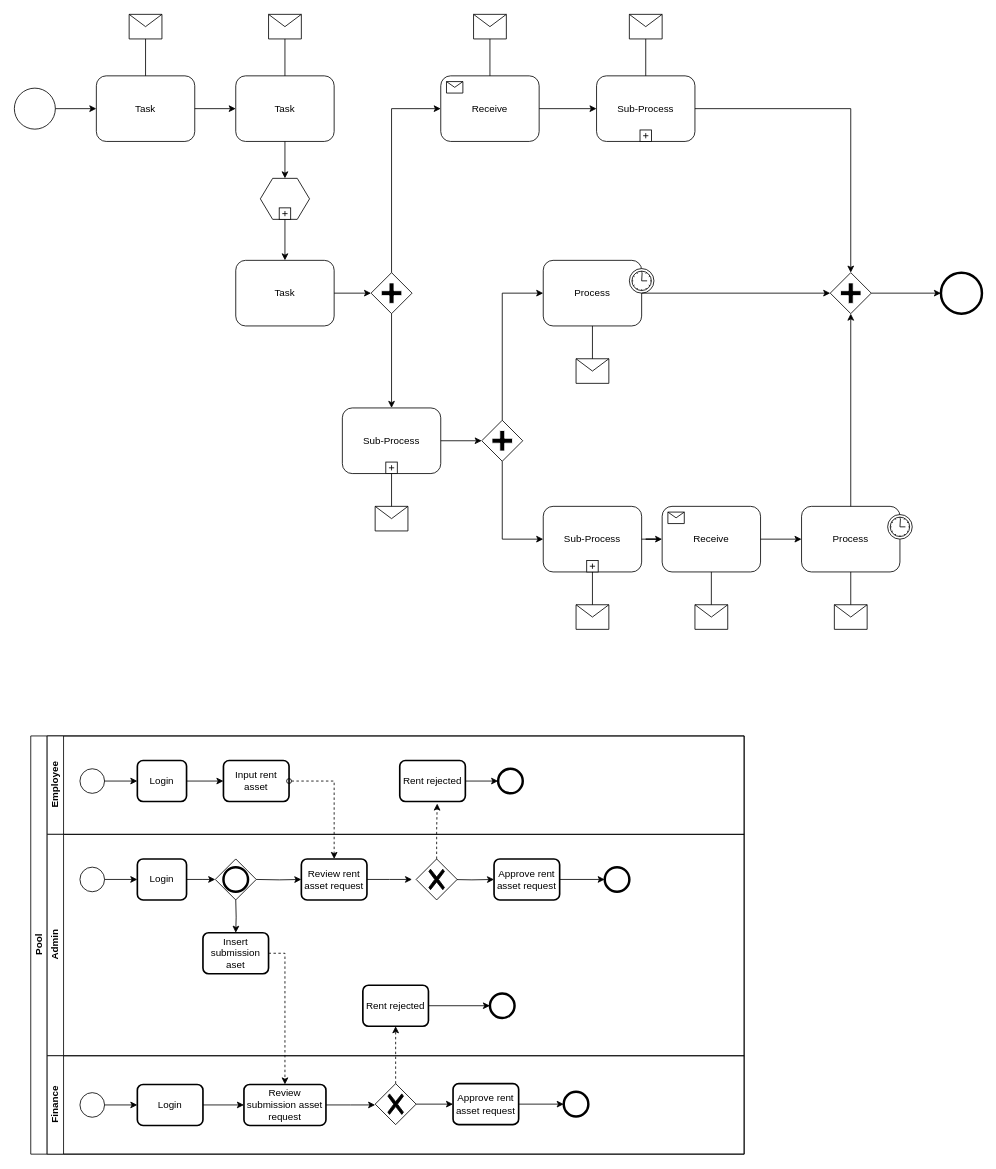
The draw.io diagram page "BPMN" (1 of 2) of Untitled Diagram.drawio in alifandartaa/BPMN-MCC72, before the edit. Source tidied: cells renumbered, new cells numbered last; positions are measured from the earlier drawing's top-left corner, leaving out a move shared by most shapes. Both pictures are drawn from the tidied source at 82%, with x=0, y=0 at pixel (14, 14).
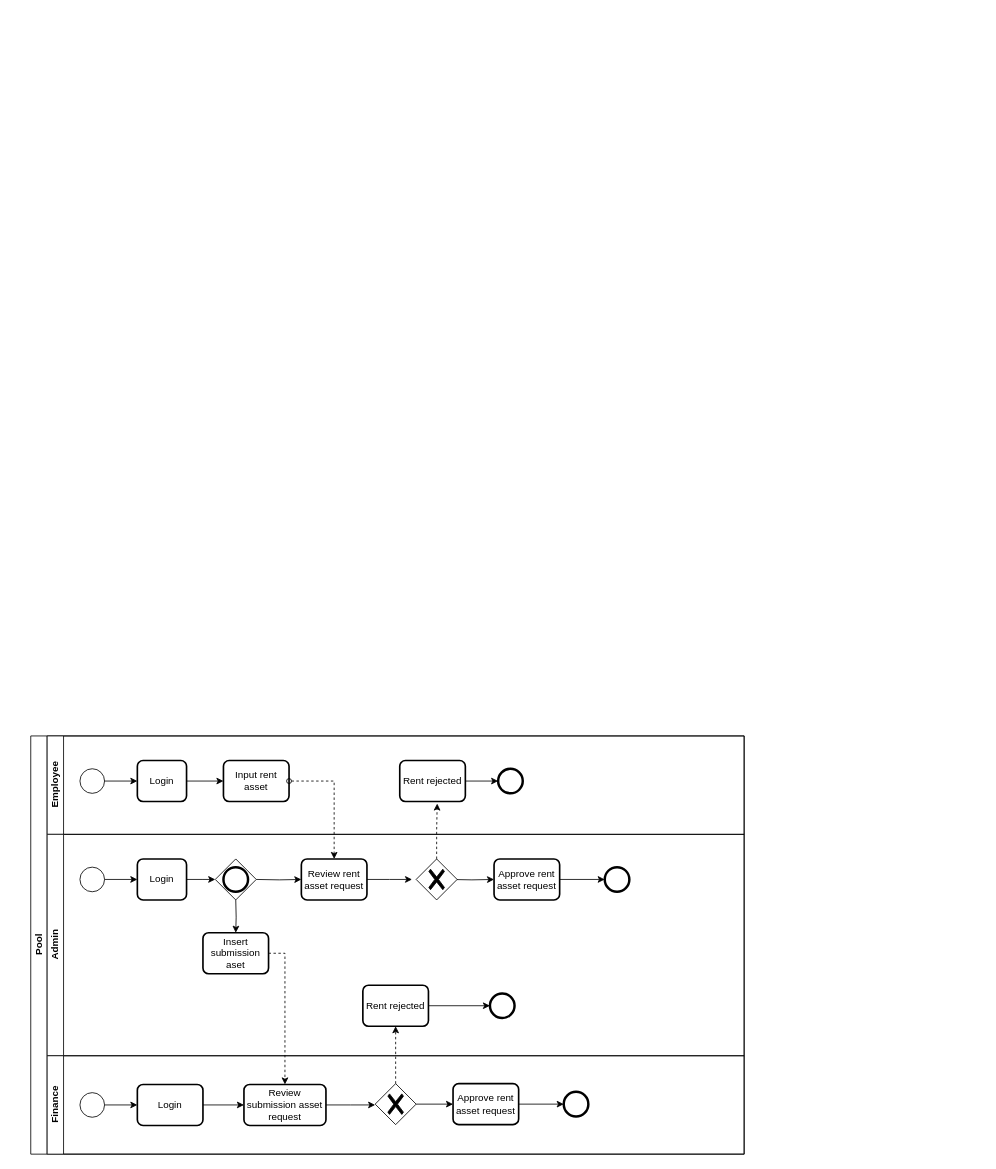
The same page after the edit.

The edit, as a diff of the source:
```diff
@@
-    <mxCell id="2" style="shape=mxgraph.bpmn.shape;html=1;verticalLabelPosition=bottom;labelBackgroundColor=#ffffff;verticalAlign=top;perimeter=ellipsePerimeter;outline=standard;symbol=general;" parent="1" vertex="1">
-      <mxGeometry y="90" width="50" height="50" as="geometry" />
-    </mxCell>
-    <mxCell id="3" value="Task" style="shape=ext;rounded=1;html=1;whiteSpace=wrap;" parent="1" vertex="1">
-      <mxGeometry x="100" y="75" width="120" height="80" as="geometry" />
-    </mxCell>
-    <mxCell id="4" value="Task" style="shape=ext;rounded=1;html=1;whiteSpace=wrap;" parent="1" vertex="1">
-      <mxGeometry x="270" y="75" width="120" height="80" as="geometry" />
-    </mxCell>
-    <mxCell id="5" style="shape=message;whiteSpace=wrap;html=1;" parent="1" vertex="1">
-      <mxGeometry x="140" width="40" height="30" as="geometry" />
-    </mxCell>
-    <mxCell id="6" style="shape=message;whiteSpace=wrap;html=1;" parent="1" vertex="1">
-      <mxGeometry x="310" width="40" height="30" as="geometry" />
-    </mxCell>
-    <mxCell id="7" style="shape=hexagon;whiteSpace=wrap;html=1;perimeter=hexagonPerimeter;" parent="1" vertex="1">
-      <mxGeometry x="300" y="200" width="60" height="50" as="geometry" />
-    </mxCell>
-    <mxCell id="8" style="html=1;shape=plus;" parent="7" vertex="1">
-      <mxGeometry x="0.5" y="1" width="14" height="14" relative="1" as="geometry">
-        <mxPoint x="-7" y="-14" as="offset" />
-      </mxGeometry>
-    </mxCell>
-    <mxCell id="9" value="Task" style="shape=ext;rounded=1;html=1;whiteSpace=wrap;" parent="1" vertex="1">
-      <mxGeometry x="270" y="300" width="120" height="80" as="geometry" />
-    </mxCell>
-    <mxCell id="10" style="shape=mxgraph.bpmn.shape;html=1;verticalLabelPosition=bottom;labelBackgroundColor=#ffffff;verticalAlign=top;perimeter=rhombusPerimeter;background=gateway;outline=none;symbol=parallelGw;" parent="1" vertex="1">
-      <mxGeometry x="435" y="315" width="50" height="50" as="geometry" />
-    </mxCell>
-    <mxCell id="11" value="Sub-Process" style="html=1;whiteSpace=wrap;rounded=1;" parent="1" vertex="1">
-      <mxGeometry x="710" y="75" width="120" height="80" as="geometry" />
-    </mxCell>
-    <mxCell id="12" style="html=1;shape=plus;" parent="11" vertex="1">
-      <mxGeometry x="0.5" y="1" width="14" height="14" relative="1" as="geometry">
-        <mxPoint x="-7" y="-14" as="offset" />
-      </mxGeometry>
-    </mxCell>
-    <mxCell id="13" value="Receive" style="html=1;whiteSpace=wrap;rounded=1;" parent="1" vertex="1">
-      <mxGeometry x="520" y="75" width="120" height="80" as="geometry" />
-    </mxCell>
-    <mxCell id="14" style="html=1;shape=message;" parent="13" vertex="1">
-      <mxGeometry width="20" height="14" relative="1" as="geometry">
-        <mxPoint x="7" y="7" as="offset" />
-      </mxGeometry>
-    </mxCell>
-    <mxCell id="15" value="Process" style="html=1;whiteSpace=wrap;rounded=1;" parent="1" vertex="1">
-      <mxGeometry x="645" y="300" width="120" height="80" as="geometry" />
-    </mxCell>
-    <mxCell id="16" style="shape=mxgraph.bpmn.timer_start;perimeter=ellipsePerimeter;html=1;labelPosition=right;labelBackgroundColor=#ffffff;align=left;" parent="15" vertex="1">
-      <mxGeometry x="1" width="30" height="30" relative="1" as="geometry">
-        <mxPoint x="-15" y="10" as="offset" />
-      </mxGeometry>
-    </mxCell>
-    <mxCell id="17" value="Process" style="html=1;whiteSpace=wrap;rounded=1;" parent="1" vertex="1">
-      <mxGeometry x="960" y="600" width="120" height="80" as="geometry" />
-    </mxCell>
-    <mxCell id="18" style="shape=mxgraph.bpmn.timer_start;perimeter=ellipsePerimeter;html=1;labelPosition=right;labelBackgroundColor=#ffffff;align=left;" parent="17" vertex="1">
-      <mxGeometry x="1" width="30" height="30" relative="1" as="geometry">
-        <mxPoint x="-15" y="10" as="offset" />
-      </mxGeometry>
-    </mxCell>
-    <mxCell id="19" value="Receive" style="html=1;whiteSpace=wrap;rounded=1;" parent="1" vertex="1">
-      <mxGeometry x="790" y="600" width="120" height="80" as="geometry" />
-    </mxCell>
-    <mxCell id="20" style="html=1;shape=message;" parent="19" vertex="1">
-      <mxGeometry width="20" height="14" relative="1" as="geometry">
-        <mxPoint x="7" y="7" as="offset" />
-      </mxGeometry>
-    </mxCell>
-    <mxCell id="21" value="Sub-Process" style="html=1;whiteSpace=wrap;rounded=1;" parent="1" vertex="1">
-      <mxGeometry x="645" y="600" width="120" height="80" as="geometry" />
-    </mxCell>
-    <mxCell id="22" style="html=1;shape=plus;" parent="21" vertex="1">
-      <mxGeometry x="0.5" y="1" width="14" height="14" relative="1" as="geometry">
-        <mxPoint x="-7" y="-14" as="offset" />
-      </mxGeometry>
-    </mxCell>
-    <mxCell id="23" style="shape=mxgraph.bpmn.shape;html=1;verticalLabelPosition=bottom;labelBackgroundColor=#ffffff;verticalAlign=top;perimeter=rhombusPerimeter;background=gateway;outline=none;symbol=parallelGw;" parent="1" vertex="1">
-      <mxGeometry x="995" y="315" width="50" height="50" as="geometry" />
-    </mxCell>
-    <mxCell id="24" style="shape=mxgraph.bpmn.shape;html=1;verticalLabelPosition=bottom;labelBackgroundColor=#ffffff;verticalAlign=top;perimeter=ellipsePerimeter;outline=end;symbol=general;" parent="1" vertex="1">
-      <mxGeometry x="1130" y="315" width="50" height="50" as="geometry" />
-    </mxCell>
-    <mxCell id="25" style="shape=message;whiteSpace=wrap;html=1;" parent="1" vertex="1">
-      <mxGeometry x="560" width="40" height="30" as="geometry" />
-    </mxCell>
-    <mxCell id="26" style="shape=message;whiteSpace=wrap;html=1;" parent="1" vertex="1">
-      <mxGeometry x="750" width="40" height="30" as="geometry" />
-    </mxCell>
-    <mxCell id="27" value="Sub-Process" style="html=1;whiteSpace=wrap;rounded=1;" parent="1" vertex="1">
-      <mxGeometry x="400" y="480" width="120" height="80" as="geometry" />
-    </mxCell>
-    <mxCell id="28" style="html=1;shape=plus;" parent="27" vertex="1">
-      <mxGeometry x="0.5" y="1" width="14" height="14" relative="1" as="geometry">
-        <mxPoint x="-7" y="-14" as="offset" />
-      </mxGeometry>
-    </mxCell>
-    <mxCell id="29" style="shape=message;whiteSpace=wrap;html=1;" parent="1" vertex="1">
-      <mxGeometry x="440" y="600" width="40" height="30" as="geometry" />
-    </mxCell>
-    <mxCell id="30" style="shape=message;whiteSpace=wrap;html=1;" parent="1" vertex="1">
-      <mxGeometry x="830" y="720" width="40" height="30" as="geometry" />
-    </mxCell>
-    <mxCell id="31" style="shape=message;whiteSpace=wrap;html=1;" parent="1" vertex="1">
-      <mxGeometry x="1000" y="720" width="40" height="30" as="geometry" />
-    </mxCell>
-    <mxCell id="32" style="shape=message;whiteSpace=wrap;html=1;" parent="1" vertex="1">
-      <mxGeometry x="685" y="720" width="40" height="30" as="geometry" />
-    </mxCell>
-    <mxCell id="33" style="shape=message;whiteSpace=wrap;html=1;" parent="1" vertex="1">
-      <mxGeometry x="685" y="420" width="40" height="30" as="geometry" />
-    </mxCell>
-    <mxCell id="34" style="edgeStyle=orthogonalEdgeStyle;rounded=0;html=1;jettySize=auto;" parent="1" edge="1" source="2" target="3">
-      <mxGeometry relative="1" as="geometry" />
-    </mxCell>
-    <mxCell id="35" style="edgeStyle=orthogonalEdgeStyle;rounded=0;html=1;jettySize=auto;endArrow=none;endFill=0;" parent="1" edge="1" source="5" target="3">
-      <mxGeometry relative="1" as="geometry" />
-    </mxCell>
-    <mxCell id="36" style="edgeStyle=orthogonalEdgeStyle;rounded=0;html=1;jettySize=auto;endArrow=none;endFill=0;" parent="1" edge="1" source="6" target="4">
-      <mxGeometry relative="1" as="geometry" />
-    </mxCell>
-    <mxCell id="37" style="edgeStyle=orthogonalEdgeStyle;rounded=0;html=1;jettySize=auto;" parent="1" edge="1" source="3" target="4">
-      <mxGeometry relative="1" as="geometry" />
-    </mxCell>
-    <mxCell id="38" style="edgeStyle=orthogonalEdgeStyle;rounded=0;html=1;jettySize=auto;" parent="1" edge="1" source="13" target="11">
-      <mxGeometry relative="1" as="geometry" />
-    </mxCell>
-    <mxCell id="39" style="edgeStyle=orthogonalEdgeStyle;rounded=0;html=1;jettySize=auto;endArrow=none;endFill=0;" parent="1" edge="1" source="25" target="13">
-      <mxGeometry relative="1" as="geometry" />
-    </mxCell>
-    <mxCell id="40" style="edgeStyle=orthogonalEdgeStyle;rounded=0;html=1;jettySize=auto;endArrow=none;endFill=0;" parent="1" edge="1" source="26" target="11">
-      <mxGeometry relative="1" as="geometry" />
-    </mxCell>
-    <mxCell id="41" style="edgeStyle=orthogonalEdgeStyle;rounded=0;html=1;jettySize=auto;" parent="1" edge="1" source="11" target="23">
-      <mxGeometry relative="1" as="geometry">
-        <Array as="points">
-          <mxPoint x="1020" y="115" />
-        </Array>
-      </mxGeometry>
-    </mxCell>
-    <mxCell id="42" style="edgeStyle=orthogonalEdgeStyle;rounded=0;html=1;jettySize=auto;" parent="1" edge="1" source="15" target="23">
-      <mxGeometry relative="1" as="geometry" />
-    </mxCell>
-    <mxCell id="43" style="edgeStyle=orthogonalEdgeStyle;rounded=0;html=1;jettySize=auto;" parent="1" edge="1" source="17" target="23">
-      <mxGeometry relative="1" as="geometry" />
-    </mxCell>
-    <mxCell id="44" style="edgeStyle=orthogonalEdgeStyle;rounded=0;html=1;jettySize=auto;" parent="1" edge="1" source="23" target="24">
-      <mxGeometry relative="1" as="geometry" />
-    </mxCell>
-    <mxCell id="45" style="edgeStyle=orthogonalEdgeStyle;rounded=0;html=1;jettySize=auto;" parent="1" edge="1" source="4" target="7">
-      <mxGeometry relative="1" as="geometry" />
-    </mxCell>
-    <mxCell id="46" style="edgeStyle=orthogonalEdgeStyle;rounded=0;html=1;jettySize=auto;" parent="1" edge="1" source="7" target="9">
-      <mxGeometry relative="1" as="geometry" />
-    </mxCell>
-    <mxCell id="47" style="edgeStyle=orthogonalEdgeStyle;rounded=0;html=1;jettySize=auto;" parent="1" edge="1" source="9" target="10">
-      <mxGeometry relative="1" as="geometry" />
-    </mxCell>
-    <mxCell id="48" style="edgeStyle=orthogonalEdgeStyle;rounded=0;html=1;jettySize=auto;" parent="1" edge="1" source="10" target="13">
-      <mxGeometry relative="1" as="geometry">
-        <Array as="points">
-          <mxPoint x="460" y="115" />
-        </Array>
-      </mxGeometry>
-    </mxCell>
-    <mxCell id="49" style="edgeStyle=orthogonalEdgeStyle;rounded=0;html=1;jettySize=auto;" parent="1" edge="1" source="10" target="27">
-      <mxGeometry relative="1" as="geometry" />
-    </mxCell>
-    <mxCell id="50" style="edgeStyle=orthogonalEdgeStyle;rounded=0;html=1;jettySize=auto;endArrow=none;endFill=0;" parent="1" edge="1" source="29" target="27">
-      <mxGeometry relative="1" as="geometry" />
-    </mxCell>
-    <mxCell id="51" style="shape=mxgraph.bpmn.shape;html=1;verticalLabelPosition=bottom;labelBackgroundColor=#ffffff;verticalAlign=top;perimeter=rhombusPerimeter;background=gateway;outline=none;symbol=parallelGw;" parent="1" vertex="1">
-      <mxGeometry x="570" y="495" width="50" height="50" as="geometry" />
-    </mxCell>
-    <mxCell id="52" style="edgeStyle=orthogonalEdgeStyle;rounded=0;html=1;jettySize=auto;" parent="1" edge="1" source="51" target="21">
-      <mxGeometry relative="1" as="geometry">
-        <Array as="points">
-          <mxPoint x="595" y="640" />
-        </Array>
-      </mxGeometry>
-    </mxCell>
-    <mxCell id="53" style="edgeStyle=orthogonalEdgeStyle;rounded=0;html=1;jettySize=auto;" parent="1" edge="1" source="51" target="15">
-      <mxGeometry relative="1" as="geometry">
-        <Array as="points">
-          <mxPoint x="595" y="340" />
-        </Array>
-      </mxGeometry>
-    </mxCell>
-    <mxCell id="54" style="edgeStyle=orthogonalEdgeStyle;rounded=0;html=1;jettySize=auto;endArrow=none;endFill=0;" parent="1" edge="1" source="33" target="15">
-      <mxGeometry relative="1" as="geometry" />
-    </mxCell>
-    <mxCell id="55" style="edgeStyle=orthogonalEdgeStyle;rounded=0;html=1;jettySize=auto;" parent="1" edge="1" source="27" target="51">
-      <mxGeometry relative="1" as="geometry" />
-    </mxCell>
-    <mxCell id="56" style="edgeStyle=orthogonalEdgeStyle;rounded=0;html=1;jettySize=auto;" parent="1" edge="1" source="21" target="19">
-      <mxGeometry relative="1" as="geometry" />
-    </mxCell>
-    <mxCell id="57" style="edgeStyle=orthogonalEdgeStyle;rounded=0;html=1;jettySize=auto;endArrow=none;endFill=0;" parent="1" edge="1" source="32" target="21">
-      <mxGeometry relative="1" as="geometry" />
-    </mxCell>
-    <mxCell id="58" style="edgeStyle=orthogonalEdgeStyle;rounded=0;html=1;jettySize=auto;endArrow=none;endFill=0;" parent="1" edge="1" source="30" target="19">
-      <mxGeometry relative="1" as="geometry" />
-    </mxCell>
-    <mxCell id="59" style="edgeStyle=orthogonalEdgeStyle;rounded=0;html=1;jettySize=auto;endArrow=none;endFill=0;" parent="1" edge="1" source="31" target="17">
-      <mxGeometry relative="1" as="geometry" />
-    </mxCell>
-    <mxCell id="60" style="edgeStyle=orthogonalEdgeStyle;rounded=0;html=1;jettySize=auto;" parent="1" edge="1" source="19" target="17">
-      <mxGeometry relative="1" as="geometry" />
-    </mxCell>
```
